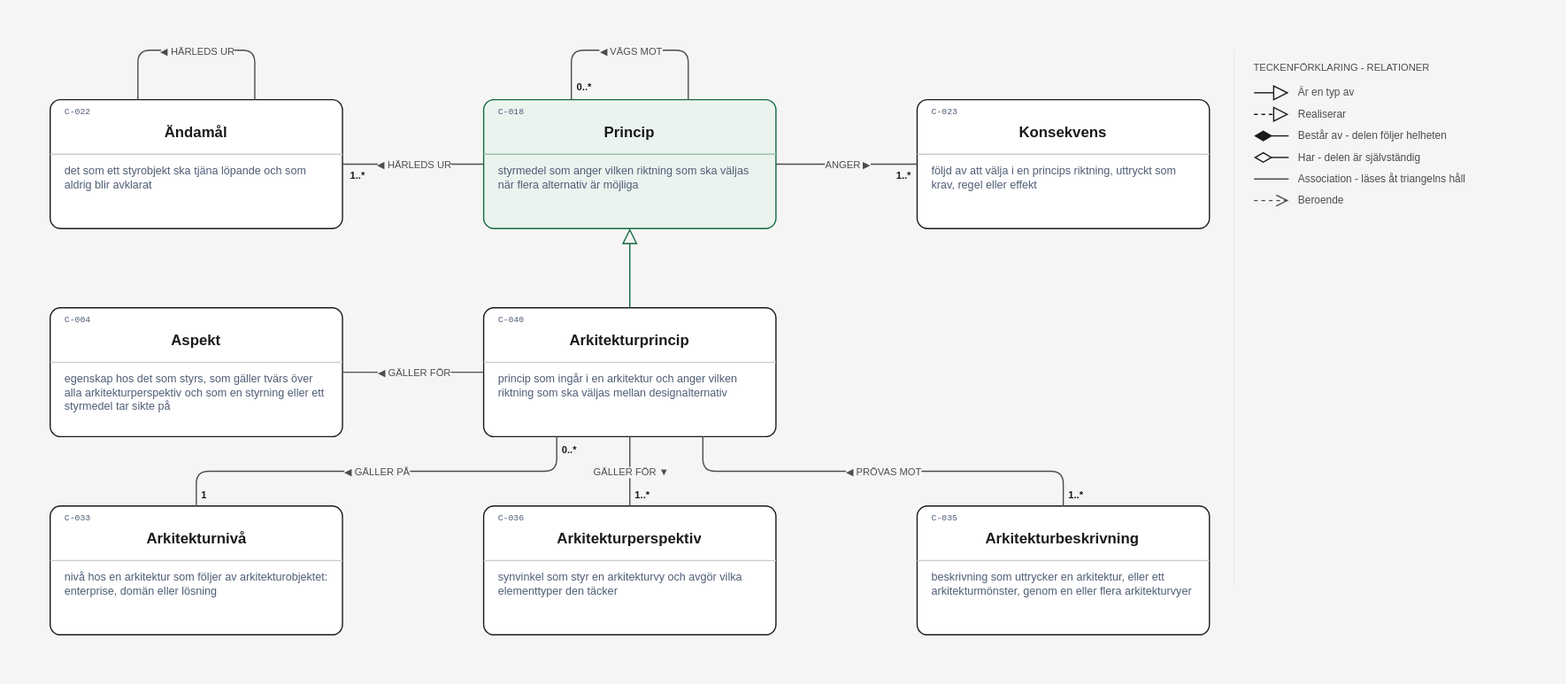
The draw.io diagram layout/Princip detalj.drawio.svg in nickdin/gestaltadet-katalog, before a commit. Source tidied: cells renumbered, new cells last; positions are measured from the earlier drawing's top-left corner, leaving out a move shared by most shapes.
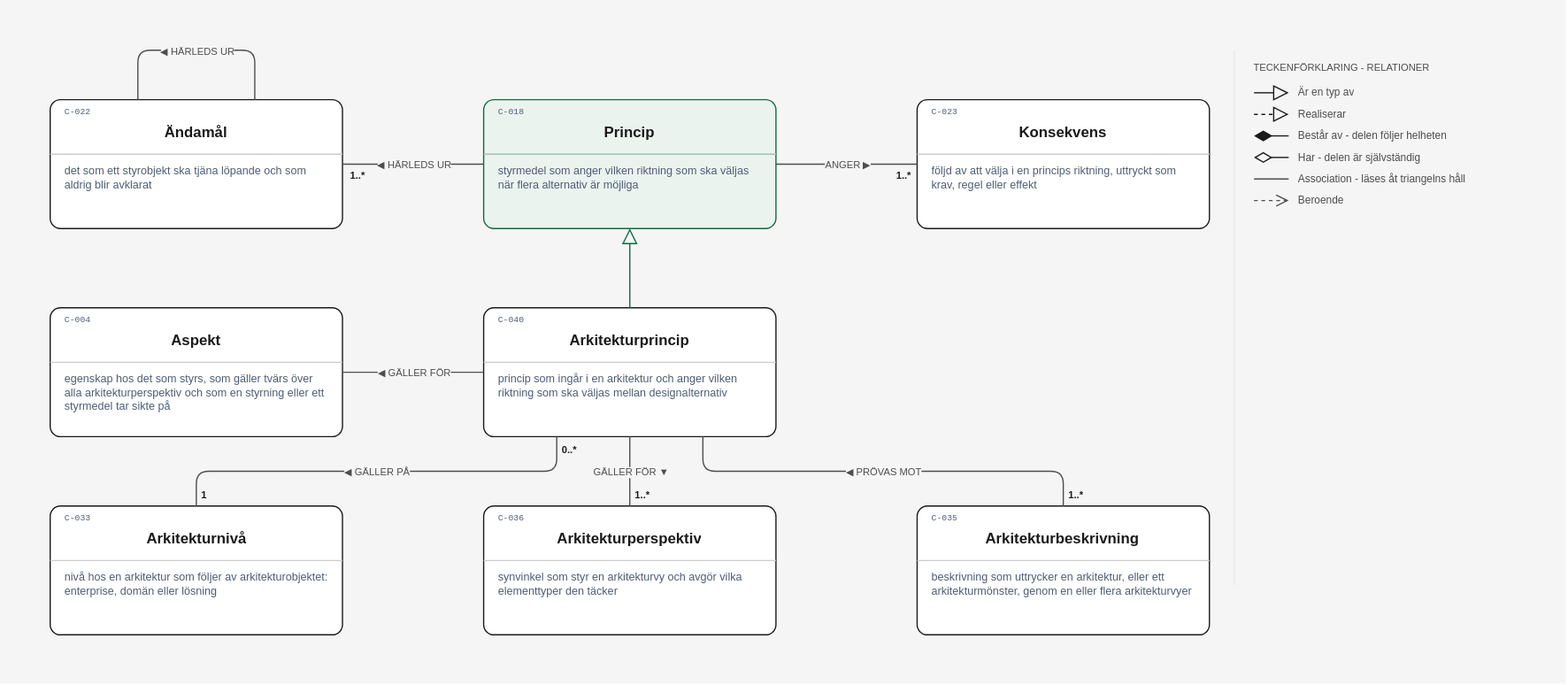
The same diagram one commit later.

Commit message:
Princip (C-018) vägs mot Princip (C-018) är ingen relation i lagret: pilen bort ur Princip detalj (#98)

Vägningen sker i ett val, av den som väljer, mot de principer som berör det valet; den är prövningens sak, ingen varaktig relation mellan två principer. Ändamål (C-022) har samma mening, "flera ändamål som vägs mot varandra", och ingen relation till sig självt. Texten i Princip står kvar. #70 får frågan om den vill ha den. Avgjort i grillningen av #90–#113 den 9 november 2026.

Claude-Session: https://claude.ai/code/session_014hgawNBSmezrcKX8vMpay7

What changed in the source:
```diff
@@ -251,22 +251,6 @@
         <mxPoint x="1040" y="161.4" as="targetPoint" />
       </mxGeometry>
     </mxCell>
-    <mxCell id="69" style="edgeStyle=orthogonalEdgeStyle;rounded=1;html=1;strokeColor=#4d4d4d;strokeWidth=1;endArrow=none;endSize=8;exitX=0.7;exitY=0.0;exitDx=0;exitDy=0;entryX=0.3;entryY=0.0;entryDx=0;entryDy=0;jumpStyle=line;" parent="1" edge="1" source="10" target="10">
-      <mxGeometry relative="1" as="geometry">
-        <Array as="points">
-          <mxPoint x="555.2" y="40" />
-          <mxPoint x="460.8" y="40" />
-        </Array>
-      </mxGeometry>
-    </mxCell>
-    <mxCell id="70" value="0..*" style="edgeLabel;html=1;align=center;verticalAlign=middle;fontFamily=Helvetica;fontSize=8;fontColor=#1a1a1a;fontStyle=1;labelBackgroundColor=#f5f5f5;" parent="69" vertex="1">
-      <mxGeometry x="1" relative="1" as="geometry">
-        <mxPoint x="9.2" y="-10" as="offset" />
-      </mxGeometry>
-    </mxCell>
-    <mxCell id="71" value="◀ VÄGS MOT" style="edgeLabel;html=1;align=center;verticalAlign=middle;fontFamily=Helvetica;fontSize=8;fontColor=#4d4d4d;fontStyle=0;labelBackgroundColor=#f5f5f5;" parent="69" vertex="1">
-      <mxGeometry relative="1" as="geometry" />
-    </mxCell>
     <mxCell id="72" style="edgeStyle=orthogonalEdgeStyle;rounded=1;html=1;strokeColor=#4d4d4d;strokeWidth=1;endArrow=none;endSize=8;exitX=0.25;exitY=1.0;exitDx=0;exitDy=0;entryX=0.5;entryY=0.0;entryDx=0;entryDy=0;jumpStyle=line;" parent="1" edge="1" source="22" target="28">
       <mxGeometry relative="1" as="geometry" />
     </mxCell>
```
